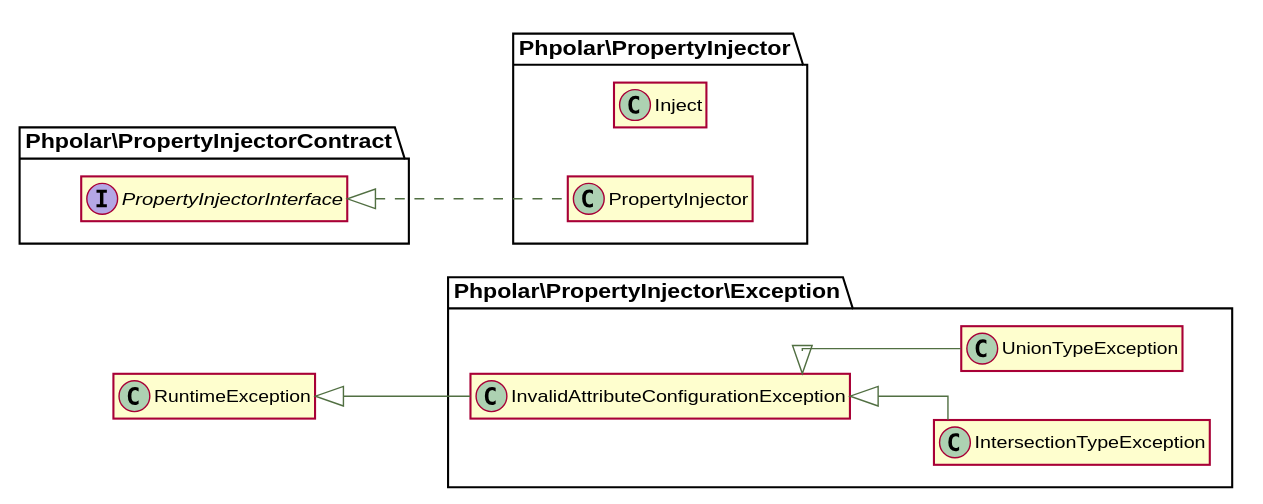
This is docs/graphs/classes.svg from phpolar/property-injector, a PlantUML export, as it was before one commit.
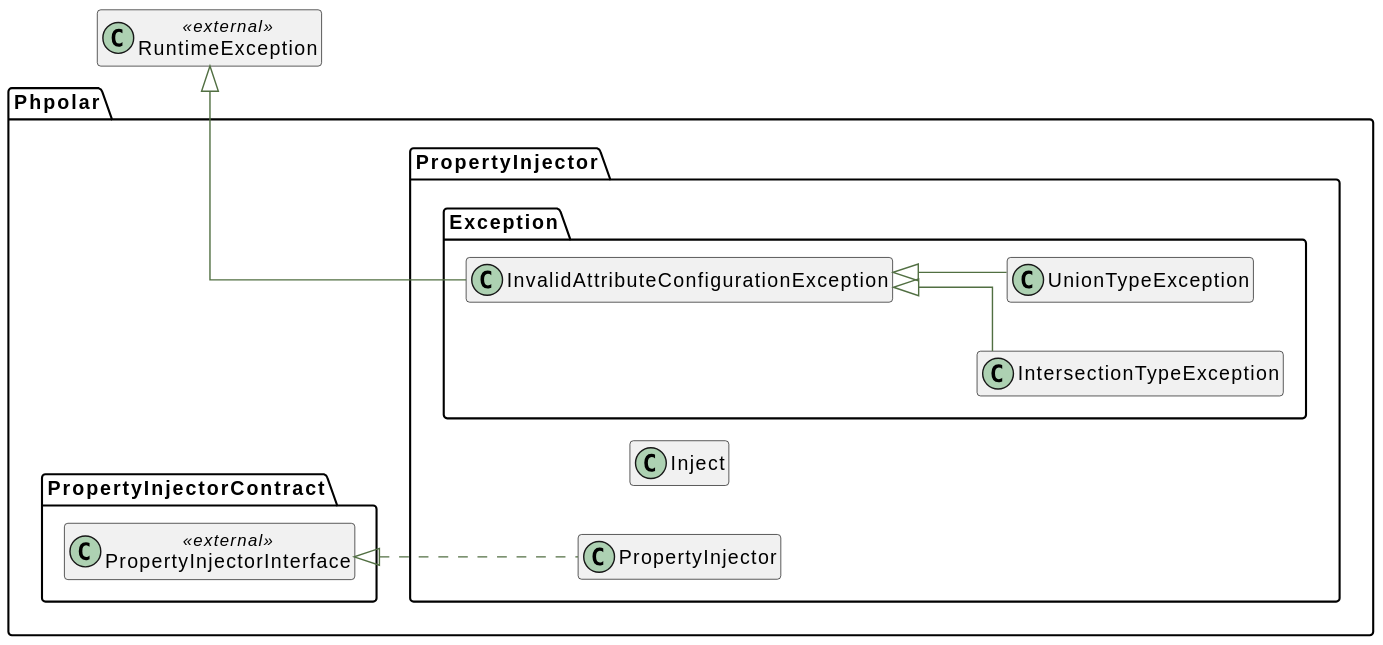
The same diagram one commit later.

Commit message:
docs: generate api docs

Change to the diagram source:
```diff
@@ -12,20 +12,30 @@
 left to right direction
 set namespaceSeparator \\
 
-
-class \\Phpolar\\PropertyInjector\\Inject {
+namespace Phpolar\\PropertyInjector {
+     class "Inject" as Inject__class    {
+    }
 }
-
-class \\Phpolar\\PropertyInjector\\PropertyInjector implements \\Phpolar\\PropertyInjectorContract\\PropertyInjectorInterface {
+namespace Phpolar\\PropertyInjectorContract {
+    class "PropertyInjectorInterface" as PropertyInjectorInterface__class << external >>{
+    }
 }
-
-class \\Phpolar\\PropertyInjector\\Exception\\IntersectionTypeException extends \\Phpolar\\PropertyInjector\\Exception\\InvalidAttributeConfigurationException {
+namespace Phpolar\\PropertyInjector {
+     class "PropertyInjector" as PropertyInjector__class    implements \\Phpolar\\PropertyInjectorContract\\PropertyInjectorInterface__class {
+    }
 }
-
-class \\Phpolar\\PropertyInjector\\Exception\\InvalidAttributeConfigurationException extends \\RuntimeException {
+class "RuntimeException" as RuntimeException__class << external >>{
 }
-
-class \\Phpolar\\PropertyInjector\\Exception\\UnionTypeException extends \\Phpolar\\PropertyInjector\\Exception\\InvalidAttributeConfigurationException {
+namespace Phpolar\\PropertyInjector\\Exception {
+     class "InvalidAttributeConfigurationException" as InvalidAttributeConfigurationException__class   extends \\RuntimeException__class  {
+    }
 }
-
+namespace Phpolar\\PropertyInjector\\Exception {
+     class "IntersectionTypeException" as IntersectionTypeException__class   extends \\Phpolar\\PropertyInjector\\Exception\\InvalidAttributeConfigurationException__class  {
+    }
+}
+namespace Phpolar\\PropertyInjector\\Exception {
+     class "UnionTypeException" as UnionTypeException__class   extends \\Phpolar\\PropertyInjector\\Exception\\InvalidAttributeConfigurationException__class  {
+    }
+}
 @enduml
```
